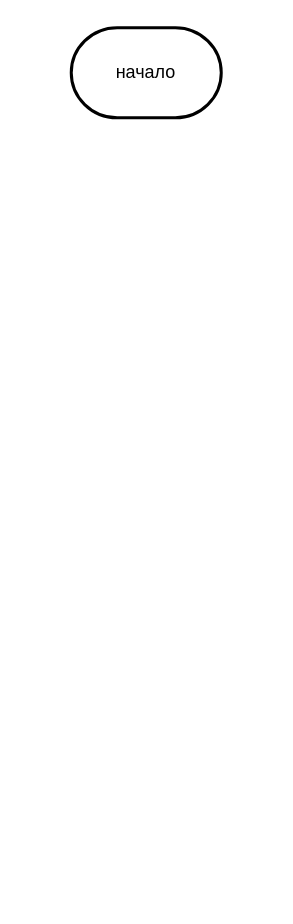
This is page "les_1_task_5" (4 of 5) of Untitled Diagram.drawio from Fawe0000/Algoritms_for_pitone, a draw.io file, before an edit. Source tidied: cells renumbered, new cells numbered last; positions are measured from the earlier drawing's top-left corner, leaving out a move shared by most shapes. Both pictures are drawn from the tidied source at 150%, with x=0, y=0 at pixel (70, 27).
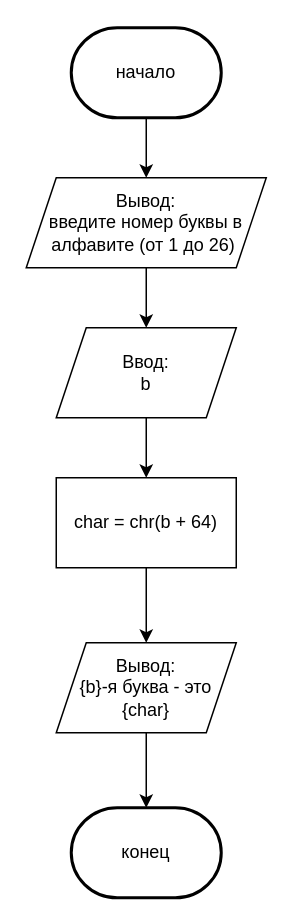
Above is the later version.

The edit, as a diff of the source:
```diff
@@
 <mxGraphModel>
   <root>
     <mxCell id="0" />
     <mxCell id="1" parent="0" />
+    <mxCell id="3" style="edgeStyle=orthogonalEdgeStyle;rounded=0;jettySize=auto;html=1;exitX=0.5;exitY=1;exitDx=0;exitDy=0;exitPerimeter=0;entryX=0.5;entryY=0;entryDx=0;entryDy=0;" parent="1" edge="1" source="2" target="5">
+      <mxGeometry relative="1" as="geometry" />
+    </mxCell>
     <mxCell id="2" value="начало" style="strokeWidth=2;html=1;shape=mxgraph.flowchart.terminator;whiteSpace=wrap;" parent="1" vertex="1">
       <mxGeometry width="100" height="60" as="geometry" />
     </mxCell>
+    <mxCell id="4" style="edgeStyle=orthogonalEdgeStyle;rounded=0;jettySize=auto;html=1;exitX=0.5;exitY=1;exitDx=0;exitDy=0;entryX=0.5;entryY=0;entryDx=0;entryDy=0;" parent="1" edge="1" source="5" target="7">
+      <mxGeometry relative="1" as="geometry" />
+    </mxCell>
+    <mxCell id="5" value="Вывод:&lt;br&gt;введите номер буквы в алфавите (от 1 до 26)&amp;nbsp;" style="shape=parallelogram;perimeter=parallelogramPerimeter;whiteSpace=wrap;html=1;fixedSize=1;" parent="1" vertex="1">
+      <mxGeometry x="-30" y="100" width="160" height="60" as="geometry" />
+    </mxCell>
+    <mxCell id="6" style="edgeStyle=orthogonalEdgeStyle;rounded=0;jettySize=auto;html=1;exitX=0.5;exitY=1;exitDx=0;exitDy=0;entryX=0.5;entryY=0;entryDx=0;entryDy=0;" parent="1" edge="1" source="7" target="9">
+      <mxGeometry relative="1" as="geometry" />
+    </mxCell>
+    <mxCell id="7" value="Ввод:&lt;br&gt;b" style="shape=parallelogram;perimeter=parallelogramPerimeter;whiteSpace=wrap;html=1;fixedSize=1;" parent="1" vertex="1">
+      <mxGeometry x="-10" y="200" width="120" height="60" as="geometry" />
+    </mxCell>
+    <mxCell id="8" style="edgeStyle=orthogonalEdgeStyle;rounded=0;jettySize=auto;html=1;exitX=0.5;exitY=1;exitDx=0;exitDy=0;entryX=0.5;entryY=0;entryDx=0;entryDy=0;" parent="1" edge="1" source="9" target="11">
+      <mxGeometry relative="1" as="geometry" />
+    </mxCell>
+    <mxCell id="9" value="char = chr(b + 64)" style="rounded=0;whiteSpace=wrap;html=1;" parent="1" vertex="1">
+      <mxGeometry x="-10" y="300" width="120" height="60" as="geometry" />
+    </mxCell>
+    <mxCell id="10" style="edgeStyle=orthogonalEdgeStyle;rounded=0;jettySize=auto;html=1;exitX=0.5;exitY=1;exitDx=0;exitDy=0;entryX=0.5;entryY=0;entryDx=0;entryDy=0;entryPerimeter=0;" parent="1" edge="1" source="11" target="12">
+      <mxGeometry relative="1" as="geometry" />
+    </mxCell>
+    <mxCell id="11" value="Вывод:&lt;br&gt;{b}-я буква - это {char}" style="shape=parallelogram;perimeter=parallelogramPerimeter;whiteSpace=wrap;html=1;fixedSize=1;" parent="1" vertex="1">
+      <mxGeometry x="-10" y="410" width="120" height="60" as="geometry" />
+    </mxCell>
+    <mxCell id="12" value="конец" style="strokeWidth=2;html=1;shape=mxgraph.flowchart.terminator;whiteSpace=wrap;" parent="1" vertex="1">
+      <mxGeometry y="520" width="100" height="60" as="geometry" />
+    </mxCell>
   </root>
 </mxGraphModel>
```
